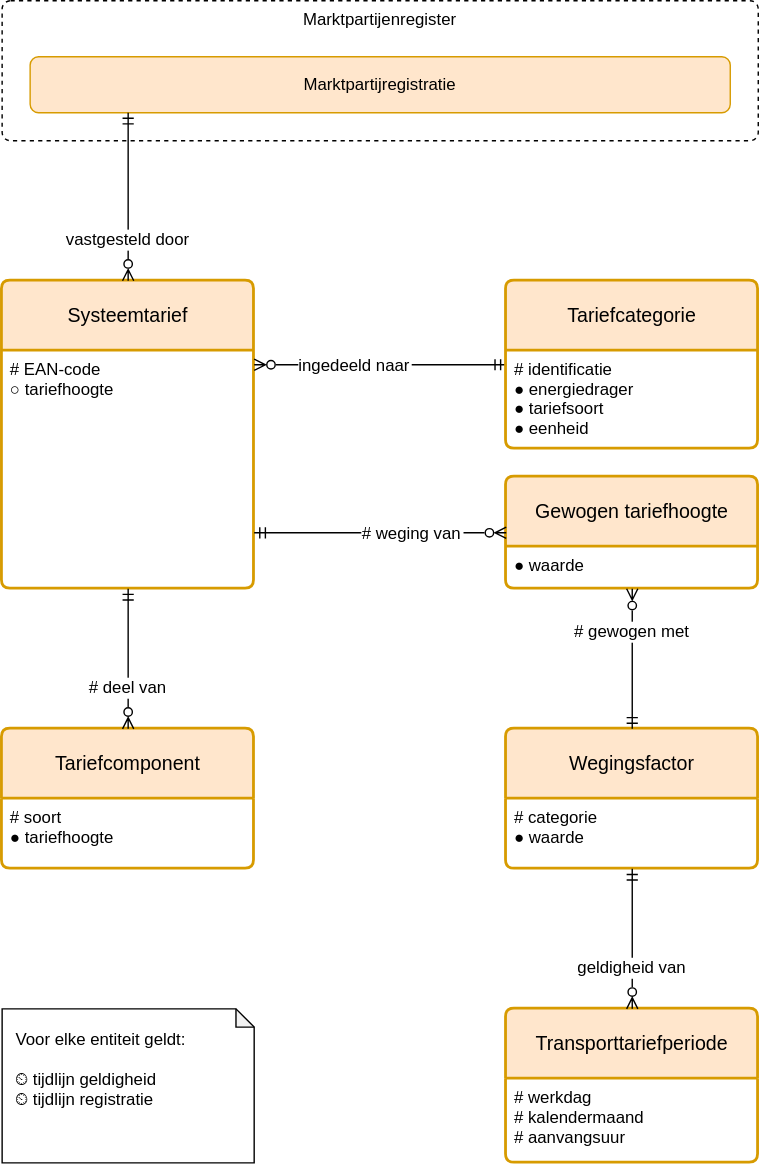
netbeheernederland/stelsel keeps this draw.io diagram as registers/tarievenregister/2.0/tarievenregister.drawio.svg. Above is the earlier version. Source tidied: cells renumbered, new cells last; positions are measured from the earlier drawing's top-left corner, leaving out a move shared by most shapes.
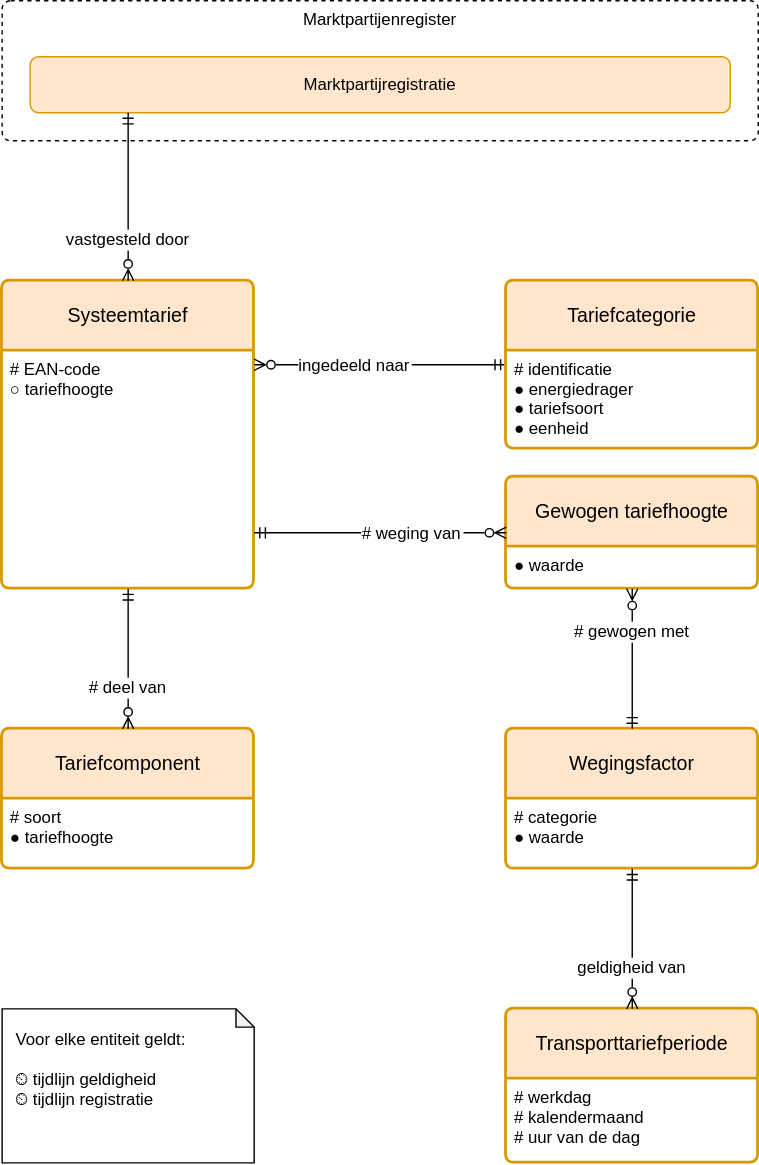
The same diagram one commit later.

Diff of the diagram source:
```diff
@@ -53,7 +53,7 @@
     <mxCell id="18" value="Transporttariefperiode" style="swimlane;horizontal=1;startSize=50;rounded=1;fontSize=14;fontStyle=0;strokeWidth=2;shadow=0;dashed=0;align=center;fillColor=#ffe6cc;strokeColor=#d79b00;arcSize=4;whiteSpace=wrap;spacing=10;" parent="1" vertex="1">
       <mxGeometry x="360" y="720" width="180" height="110" as="geometry" />
     </mxCell>
-    <mxCell id="19" value="# werkdag&#10;# kalendermaand&#10;# aanvangsuur" style="align=left;strokeColor=none;fillColor=none;spacingLeft=4;fontSize=12;verticalAlign=top;" parent="18" vertex="1">
+    <mxCell id="19" value="# werkdag&#10;# kalendermaand&#10;# uur van de dag" style="align=left;strokeColor=none;fillColor=none;spacingLeft=4;fontSize=12;verticalAlign=top;" parent="18" vertex="1">
       <mxGeometry y="50" width="180" height="60" as="geometry" />
     </mxCell>
     <mxCell id="20" value="geldigheid van" style="fontSize=12;endArrow=ERmandOne;startArrow=ERzeroToMany;rounded=0;startFill=0;endFill=0;verticalAlign=middle;strokeColor=default;labelBackgroundColor=default;fontColor=default;align=center;" parent="1" edge="1" source="18" target="16">
```
